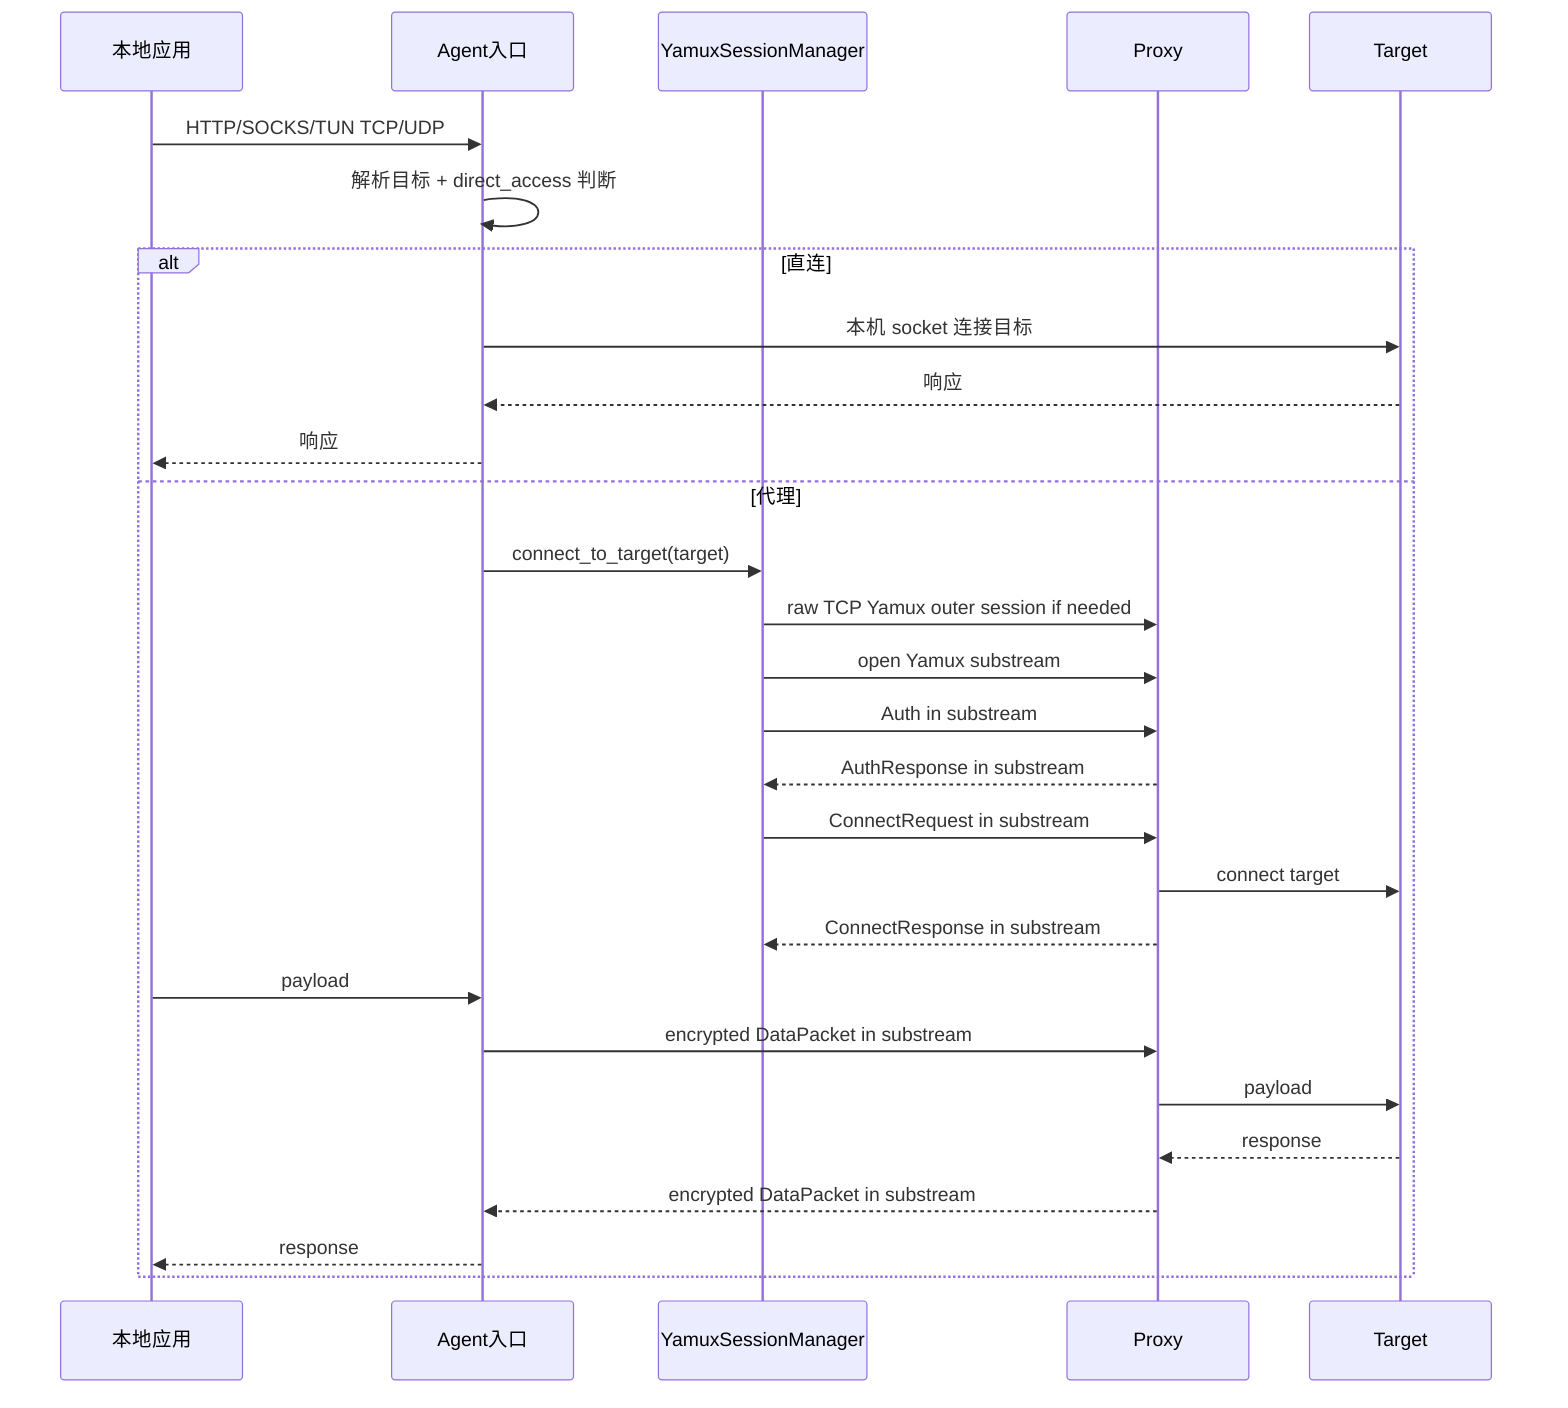
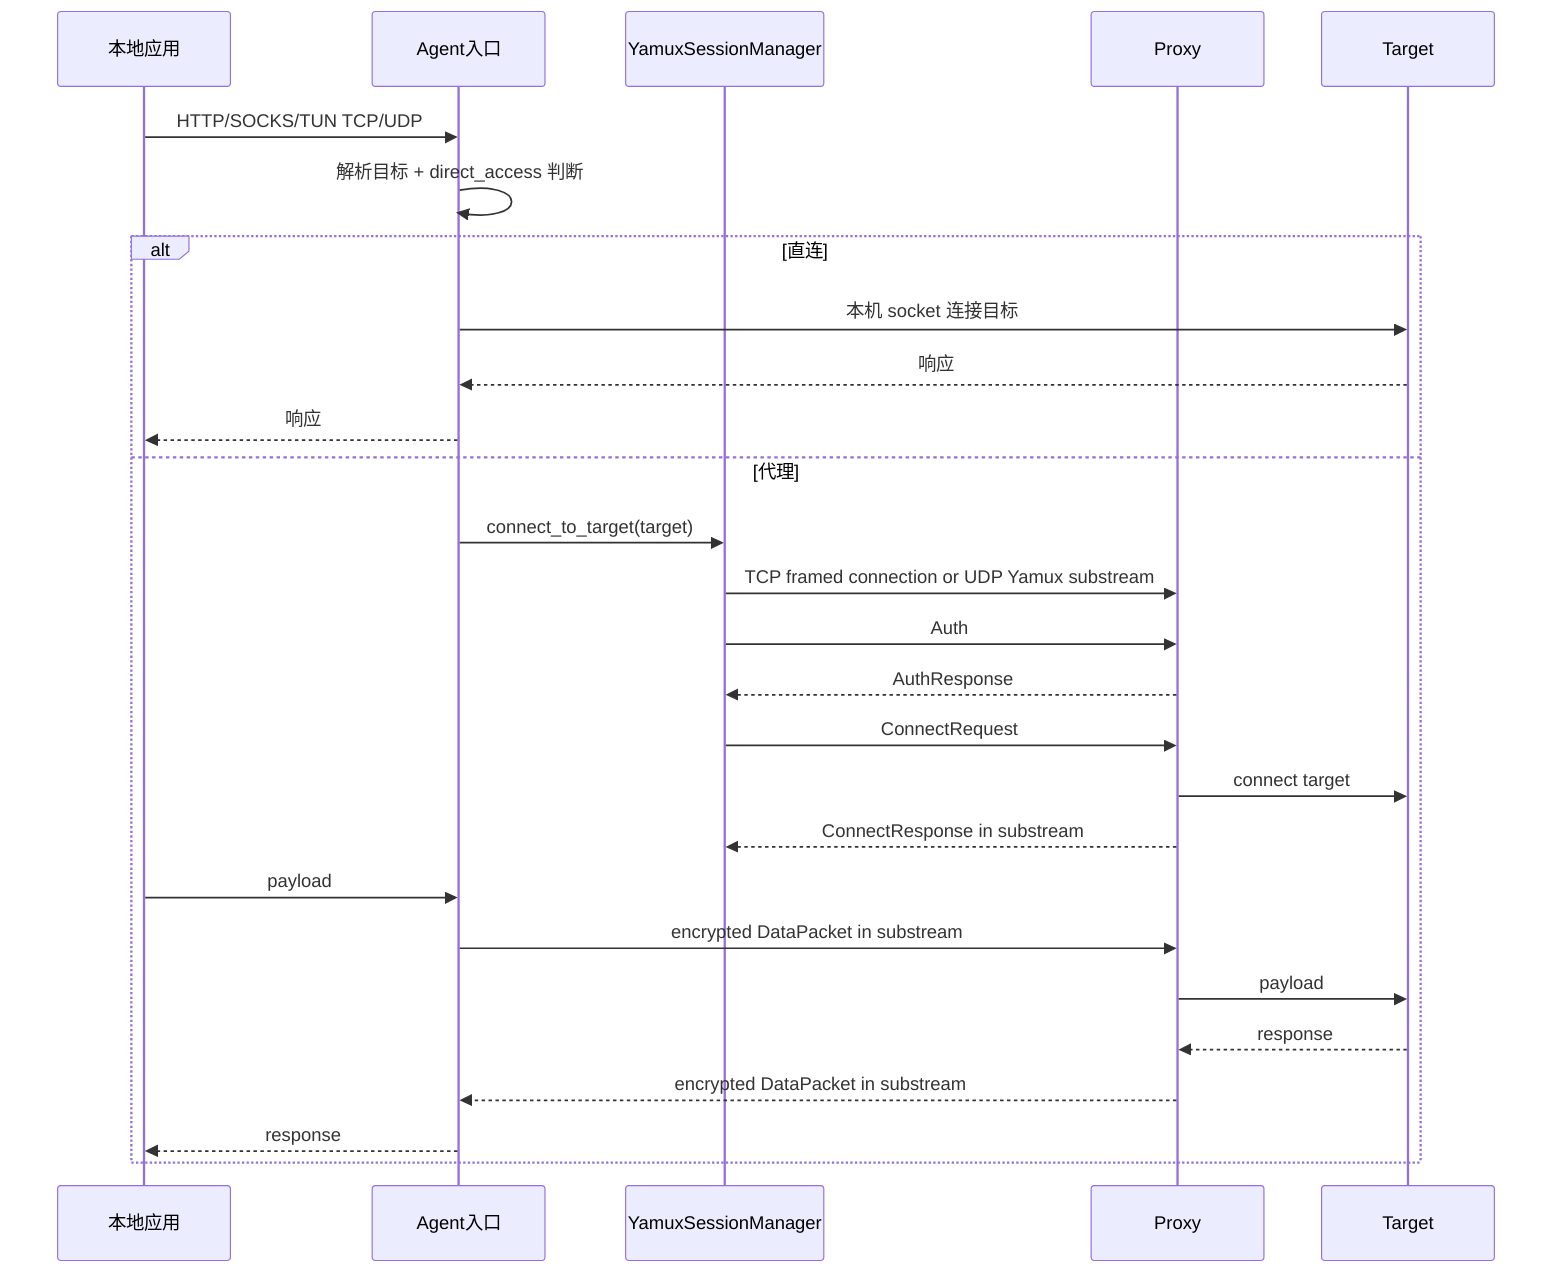
sequenceDiagram
    participant App as 本地应用
    participant Agent as Agent入口
    participant Sessions as YamuxSessionManager
    participant Proxy as Proxy
    participant Target as Target

    App->>Agent: HTTP/SOCKS/TUN TCP/UDP
    Agent->>Agent: 解析目标 + direct_access 判断
    alt 直连
        Agent->>Target: 本机 socket 连接目标
        Target-->>Agent: 响应
        Agent-->>App: 响应
    else 代理
        Agent->>Sessions: connect_to_target(target)
-         Sessions->>Proxy: raw TCP Yamux outer session if needed
-         Sessions->>Proxy: open Yamux substream
-         Sessions->>Proxy: Auth in substream
-         Proxy-->>Sessions: AuthResponse in substream
-         Sessions->>Proxy: ConnectRequest in substream
+         Sessions->>Proxy: TCP framed connection or UDP Yamux substream
+         Sessions->>Proxy: Auth
+         Proxy-->>Sessions: AuthResponse
+         Sessions->>Proxy: ConnectRequest
        Proxy->>Target: connect target
        Proxy-->>Sessions: ConnectResponse in substream
        App->>Agent: payload
        Agent->>Proxy: encrypted DataPacket in substream
        Proxy->>Target: payload
        Target-->>Proxy: response
        Proxy-->>Agent: encrypted DataPacket in substream
        Agent-->>App: response
    end
